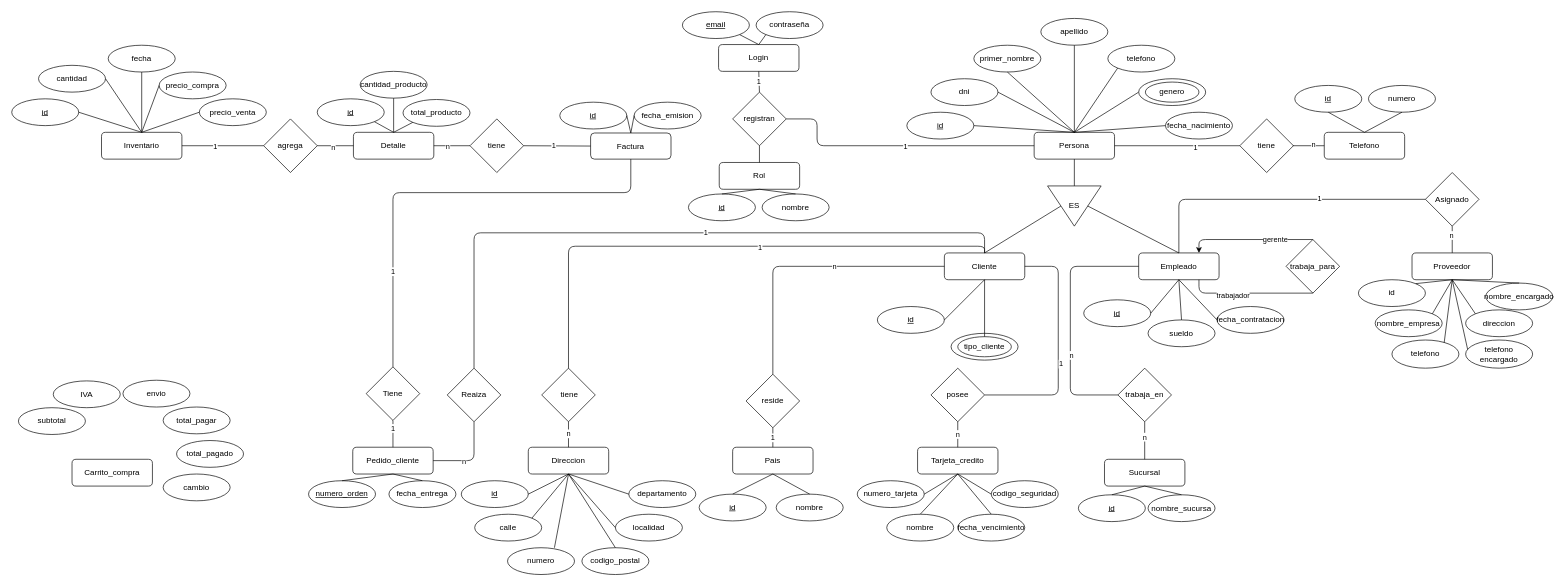
Above: page "Cliente - Empleado" (2 of 5) of ecommerce.drawio in lowenmensch-tz/ecommerce-is702 (draw.io), before the change. Source tidied: cells renumbered, new cells numbered last; positions are measured from the earlier drawing's top-left corner, leaving out a move shared by most shapes. Both pictures are drawn from the tidied source at 67%, with x=0, y=0 at pixel (11, 11).
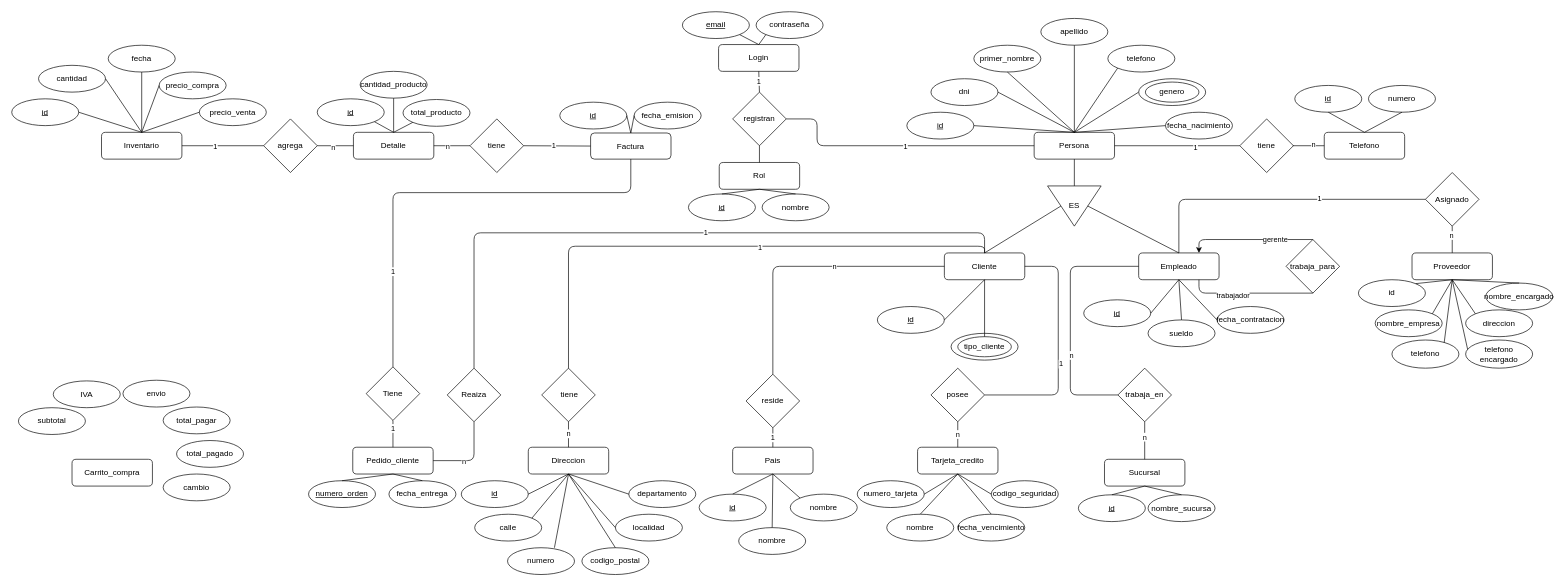
The same page after the edit.

The change refers to these unchanged cells:
```xml
<mxCell id="75" value="Pais" style="rounded=1;whiteSpace=wrap;html=1;fontSize=12;glass=0;strokeWidth=1;shadow=0;" parent="1" vertex="1">
  <mxGeometry x="1076" y="650" width="120" height="40" as="geometry" />
</mxCell>
```

Change to the diagram source:
```diff
@@
     <mxCell id="81" value="nombre" style="ellipse;whiteSpace=wrap;html=1;align=center;newEdgeStyle={&quot;edgeStyle&quot;:&quot;entityRelationEdgeStyle&quot;,&quot;startArrow&quot;:&quot;none&quot;,&quot;endArrow&quot;:&quot;none&quot;,&quot;segment&quot;:10,&quot;curved&quot;:1};" parent="1" vertex="1">
-      <mxGeometry x="1141" y="720" width="100" height="40" as="geometry" />
+      <mxGeometry x="1085" y="770" width="100" height="40" as="geometry" />
     </mxCell>
@@
+    <mxCell id="189" value="nombre" style="ellipse;whiteSpace=wrap;html=1;align=center;newEdgeStyle={&quot;edgeStyle&quot;:&quot;entityRelationEdgeStyle&quot;,&quot;startArrow&quot;:&quot;none&quot;,&quot;endArrow&quot;:&quot;none&quot;,&quot;segment&quot;:10,&quot;curved&quot;:1};" parent="1" vertex="1">
+      <mxGeometry x="1162" y="720" width="100" height="40" as="geometry" />
+    </mxCell>
+    <mxCell id="190" style="endArrow=none;html=1;entryX=0;entryY=0;entryDx=0;entryDy=0;exitX=0.5;exitY=1;exitDx=0;exitDy=0;" parent="1" edge="1" source="75" target="189">
+      <mxGeometry relative="1" as="geometry" />
+    </mxCell>
```
